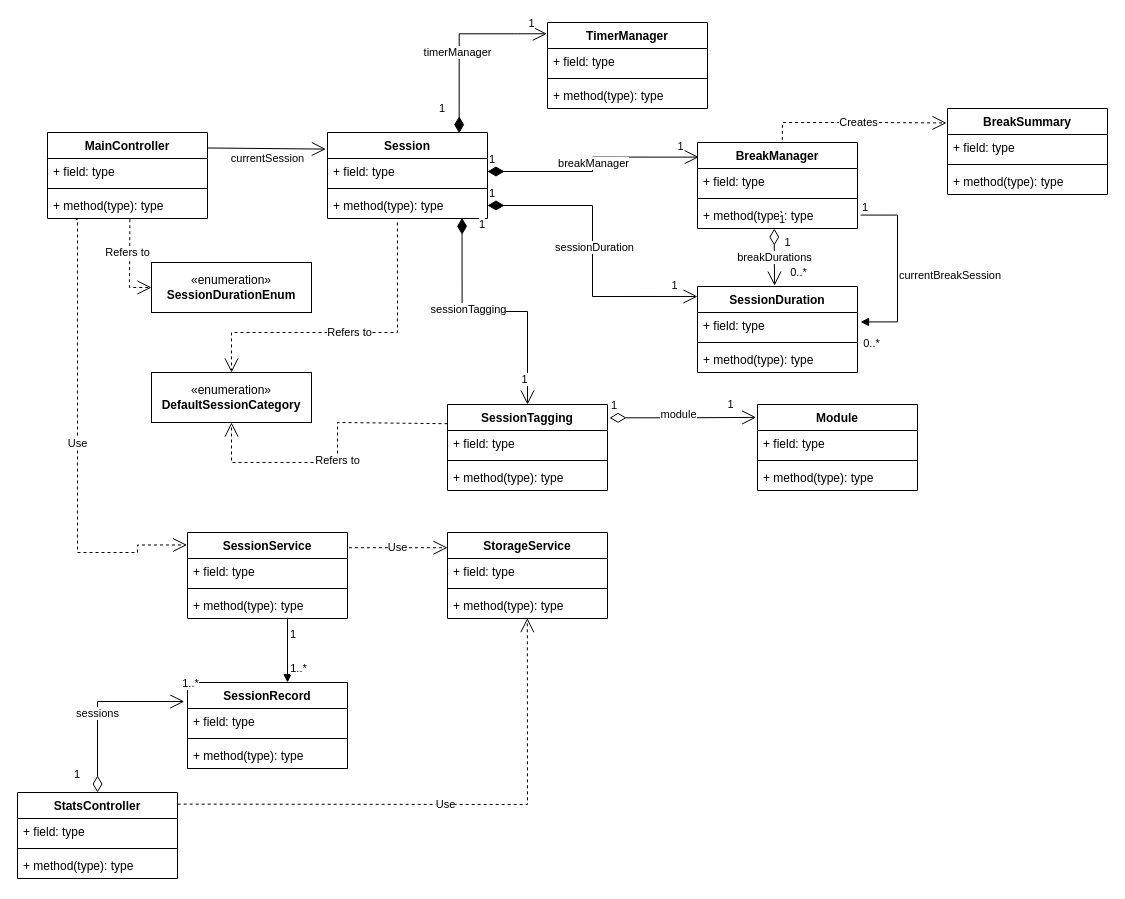
The draw.io diagram page "Full Class Diagram" (2 of 5) of docs/developer_guide/SolutionArchitecture.drawio in Jen999/tick-tock, before the edit. Source tidied: cells renumbered, new cells numbered last; positions are measured from the earlier drawing's top-left corner, leaving out a move shared by most shapes. Both pictures are drawn from the tidied source at 100%, with x=0, y=0 at pixel (17, 22).
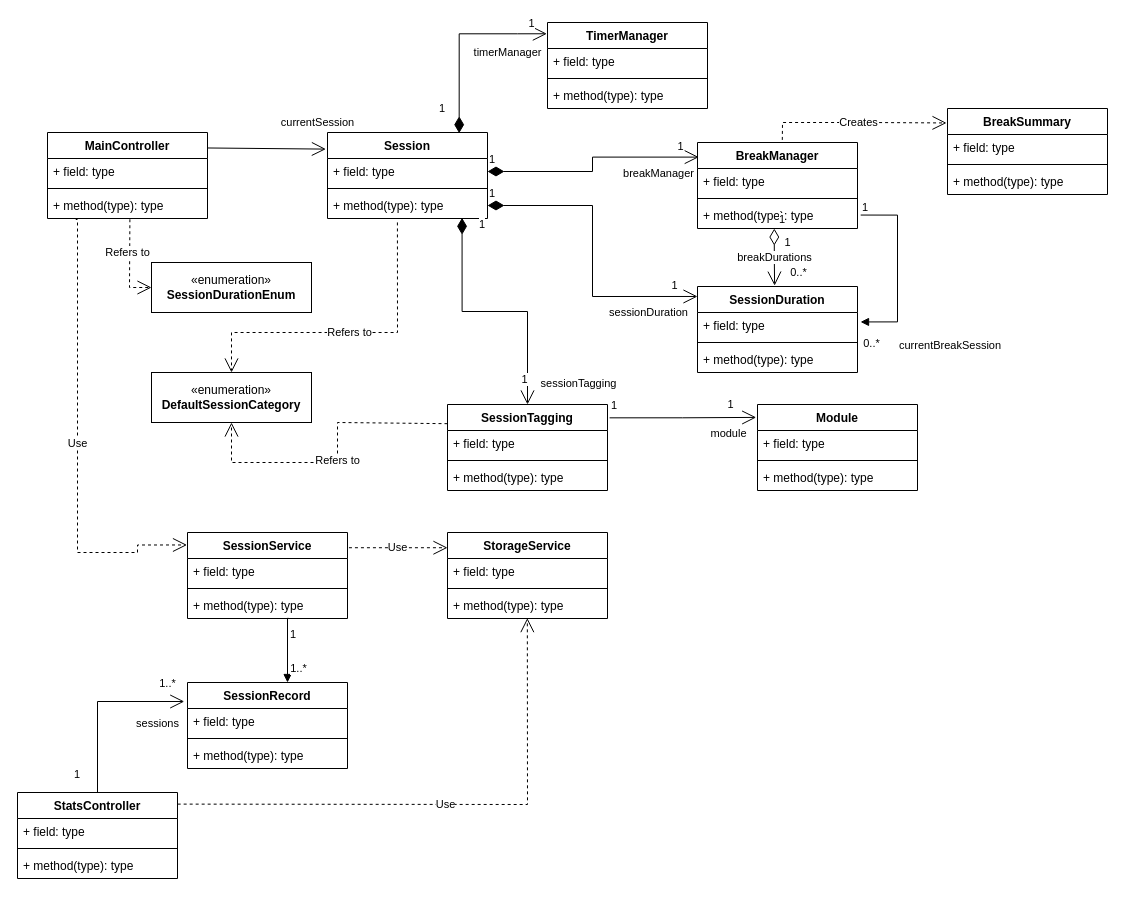
Above is the later version.

Unchanged cells that the change refers to:
```xml
<mxCell id="13" value="+ method(type): type" style="text;strokeColor=none;fillColor=none;align=left;verticalAlign=top;spacingLeft=4;spacingRight=4;overflow=hidden;points=[[0,0.5],[1,0.5]];portConstraint=eastwest;whiteSpace=wrap;html=1;" parent="10" vertex="1">
  <mxGeometry y="60" width="160" height="26" as="geometry" />
</mxCell>
<mxCell id="19" value="+ field: type" style="text;strokeColor=none;fillColor=none;align=left;verticalAlign=top;spacingLeft=4;spacingRight=4;overflow=hidden;points=[[0,0.5],[1,0.5]];portConstraint=eastwest;whiteSpace=wrap;html=1;" parent="18" vertex="1">
  <mxGeometry y="26" width="160" height="26" as="geometry" />
</mxCell>
<mxCell id="22" value="SessionTagging" style="swimlane;fontStyle=1;align=center;verticalAlign=top;horizontal=1;startSize=26;whiteSpace=wrap;html=1;" parent="1" vertex="1">
  <mxGeometry x="430" y="382" width="160" height="86" as="geometry" />
</mxCell>
<mxCell id="26" value="Module" style="swimlane;fontStyle=1;align=center;verticalAlign=top;horizontal=1;startSize=26;whiteSpace=wrap;html=1;" parent="1" vertex="1">
  <mxGeometry x="740" y="382" width="160" height="86" as="geometry" />
</mxCell>
<mxCell id="38" value="SessionRecord" style="swimlane;fontStyle=1;align=center;verticalAlign=top;horizontal=1;startSize=26;whiteSpace=wrap;html=1;" parent="1" vertex="1">
  <mxGeometry x="170" y="660" width="160" height="86" as="geometry" />
</mxCell>
<mxCell id="44" style="endArrow=open;endFill=1;endSize=12;html=1;rounded=0;exitX=0.999;exitY=0.18;exitDx=0;exitDy=0;exitPerimeter=0;entryX=-0.01;entryY=0.193;entryDx=0;entryDy=0;entryPerimeter=0;" parent="1" edge="1" source="2" target="6">
  <mxGeometry relative="1" as="geometry" />
</mxCell>
<mxCell id="46" value="1" style="endArrow=open;html=1;endSize=12;startArrow=diamondThin;startSize=14;startFill=1;edgeStyle=orthogonalEdgeStyle;align=left;verticalAlign=bottom;rounded=0;entryX=-0.004;entryY=0.131;entryDx=0;entryDy=0;entryPerimeter=0;exitX=0.823;exitY=0.008;exitDx=0;exitDy=0;exitPerimeter=0;" parent="1" edge="1" source="6" target="14">
  <mxGeometry x="-0.83" y="22" relative="1" as="geometry" />
</mxCell>
<mxCell id="49" value="1" style="endArrow=open;html=1;endSize=12;startArrow=diamondThin;startSize=14;startFill=1;edgeStyle=orthogonalEdgeStyle;align=left;verticalAlign=bottom;rounded=0;entryX=0.008;entryY=0.17;entryDx=0;entryDy=0;entryPerimeter=0;exitX=1;exitY=0.5;exitDx=0;exitDy=0;" parent="1" edge="1" source="7" target="10">
  <mxGeometry x="-1" y="3" relative="1" as="geometry" />
</mxCell>
<mxCell id="52" value="1" style="endArrow=open;html=1;endSize=12;startArrow=diamondThin;startSize=14;startFill=1;edgeStyle=orthogonalEdgeStyle;align=left;verticalAlign=bottom;rounded=0;entryX=0;entryY=0.116;entryDx=0;entryDy=0;entryPerimeter=0;exitX=1;exitY=0.5;exitDx=0;exitDy=0;" parent="1" edge="1" source="9" target="18">
  <mxGeometry x="-1" y="3" relative="1" as="geometry" />
</mxCell>
<mxCell id="55" value="1" style="endArrow=open;html=1;endSize=12;startArrow=diamondThin;startSize=14;startFill=1;edgeStyle=orthogonalEdgeStyle;align=left;verticalAlign=bottom;rounded=0;entryX=0.5;entryY=0;entryDx=0;entryDy=0;exitX=0.841;exitY=0.974;exitDx=0;exitDy=0;exitPerimeter=0;" parent="1" edge="1" source="9" target="22">
  <mxGeometry x="-0.87" y="15" relative="1" as="geometry" />
</mxCell>
<mxCell id="69" value="StatsController" style="swimlane;fontStyle=1;align=center;verticalAlign=top;horizontal=1;startSize=26;whiteSpace=wrap;html=1;" parent="1" vertex="1">
  <mxGeometry y="770" width="160" height="86" as="geometry" />
</mxCell>
```

The edit, as a diff of the source:
```diff
@@
     <mxCell id="45" value="currentSession" style="edgeLabel;html=1;align=center;verticalAlign=middle;" parent="44" vertex="1">
       <mxGeometry x="-0.13" y="2" relative="1" as="geometry">
-        <mxPoint x="8" y="12" as="offset" />
+        <mxPoint x="58" y="-24" as="offset" />
       </mxGeometry>
     </mxCell>
@@
     <mxCell id="48" value="timerManager" style="edgeLabel;html=1;align=center;verticalAlign=middle;" parent="46" vertex="1">
       <mxGeometry x="-0.02" y="-1" relative="1" as="geometry">
-        <mxPoint x="-3" y="11" as="offset" />
+        <mxPoint x="47" y="11" as="offset" />
       </mxGeometry>
     </mxCell>
@@
     <mxCell id="51" value="breakManager" style="edgeLabel;html=1;align=center;verticalAlign=middle;" parent="49" vertex="1">
       <mxGeometry x="-0.01" relative="1" as="geometry">
-        <mxPoint y="-2" as="offset" />
+        <mxPoint x="65" y="8" as="offset" />
       </mxGeometry>
     </mxCell>
@@
     <mxCell id="54" value="sessionDuration" style="edgeLabel;html=1;align=center;verticalAlign=middle;" parent="52" vertex="1">
-      <mxGeometry x="-0.03" y="1" relative="1" as="geometry" />
+      <mxGeometry x="-0.03" y="1" relative="1" as="geometry">
+        <mxPoint x="54" y="65" as="offset" />
+      </mxGeometry>
     </mxCell>
@@
     <mxCell id="57" value="sessionTagging" style="edgeLabel;html=1;align=center;verticalAlign=middle;" parent="55" vertex="1">
-      <mxGeometry x="-0.21" y="3" relative="1" as="geometry" />
+      <mxGeometry x="-0.21" y="3" relative="1" as="geometry">
+        <mxPoint x="110" y="74" as="offset" />
+      </mxGeometry>
     </mxCell>
-    <mxCell id="58" value="1" style="endArrow=open;html=1;endSize=12;startArrow=diamondThin;startSize=14;startFill=0;edgeStyle=orthogonalEdgeStyle;align=left;verticalAlign=bottom;rounded=0;exitX=1.013;exitY=0.155;exitDx=0;exitDy=0;exitPerimeter=0;entryX=-0.008;entryY=0.15;entryDx=0;entryDy=0;entryPerimeter=0;" parent="1" edge="1" source="22" target="26">
+    <mxCell id="58" value="1" style="endArrow=open;html=1;endSize=12;startArrow=none;startSize=14;startFill=0;edgeStyle=orthogonalEdgeStyle;align=left;verticalAlign=bottom;rounded=0;exitX=1.013;exitY=0.155;exitDx=0;exitDy=0;exitPerimeter=0;entryX=-0.008;entryY=0.15;entryDx=0;entryDy=0;entryPerimeter=0;" parent="1" edge="1" source="22" target="26">
       <mxGeometry x="-1" y="3" relative="1" as="geometry" />
     </mxCell>
@@
     <mxCell id="60" value="module" style="edgeLabel;html=1;align=center;verticalAlign=middle;" parent="58" vertex="1">
       <mxGeometry x="-0.25" y="-3" relative="1" as="geometry">
-        <mxPoint x="13" y="-7" as="offset" />
+        <mxPoint x="63" y="12" as="offset" />
       </mxGeometry>
     </mxCell>
@@
-    <mxCell id="74" value="1" style="endArrow=open;html=1;endSize=12;startArrow=diamondThin;startSize=14;startFill=0;edgeStyle=orthogonalEdgeStyle;align=left;verticalAlign=bottom;rounded=0;exitX=0.5;exitY=0;exitDx=0;exitDy=0;entryX=-0.02;entryY=0.221;entryDx=0;entryDy=0;entryPerimeter=0;" parent="1" edge="1" source="69" target="38">
+    <mxCell id="74" value="1" style="endArrow=open;html=1;endSize=12;startArrow=none;startSize=14;startFill=0;edgeStyle=orthogonalEdgeStyle;align=left;verticalAlign=bottom;rounded=0;exitX=0.5;exitY=0;exitDx=0;exitDy=0;entryX=-0.02;entryY=0.221;entryDx=0;entryDy=0;entryPerimeter=0;" parent="1" edge="1" source="69" target="38">
       <mxGeometry x="-0.9" y="25" relative="1" as="geometry">
         <Array as="points">
           <mxPoint x="80" y="679" />
         </Array>
       </mxGeometry>
     </mxCell>
     <mxCell id="75" value="1..*" style="edgeLabel;html=1;align=center;verticalAlign=middle;" parent="74" vertex="1">
       <mxGeometry x="0.64" y="-1" relative="1" as="geometry">
-        <mxPoint x="38" y="-20" as="offset" />
+        <mxPoint x="15" y="-20" as="offset" />
       </mxGeometry>
     </mxCell>
     <mxCell id="76" value="sessions" style="edgeLabel;html=1;align=center;verticalAlign=middle;" parent="74" vertex="1">
       <mxGeometry x="0.25" y="-2" relative="1" as="geometry">
-        <mxPoint x="-20" y="9" as="offset" />
+        <mxPoint x="40" y="19" as="offset" />
       </mxGeometry>
     </mxCell>
@@
     <mxCell id="85" value="currentBreakSession" style="endArrow=block;endFill=1;html=1;edgeStyle=orthogonalEdgeStyle;align=left;verticalAlign=top;rounded=0;exitX=1.02;exitY=0.483;exitDx=0;exitDy=0;exitPerimeter=0;entryX=1.019;entryY=0.363;entryDx=0;entryDy=0;entryPerimeter=0;" parent="1" edge="1" source="13" target="19">
-      <mxGeometry x="-0.07" relative="1" as="geometry">
+      <mxGeometry x="0.59" y="11" relative="1" as="geometry">
         <Array as="points">
           <mxPoint x="880" y="192" />
           <mxPoint x="880" y="300" />
         </Array>
       </mxGeometry>
     </mxCell>
```
